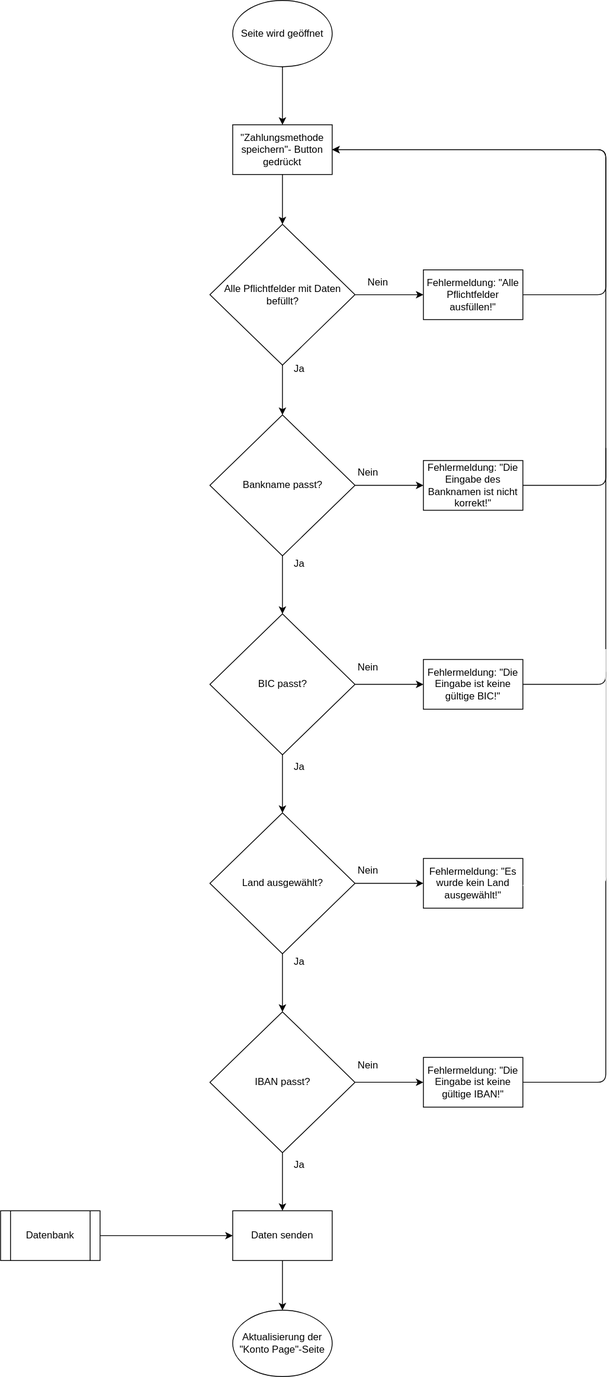
Before: drawio/flussdiagramm_KontoPage_Zahlungsmethode_speichern.drawio.svg, a diagram exported from draw.io (Projektarbeiten/ProjectPlatypus). Source tidied: cells renumbered, new cells last; positions are measured from the earlier drawing's top-left corner, leaving out a move shared by most shapes.
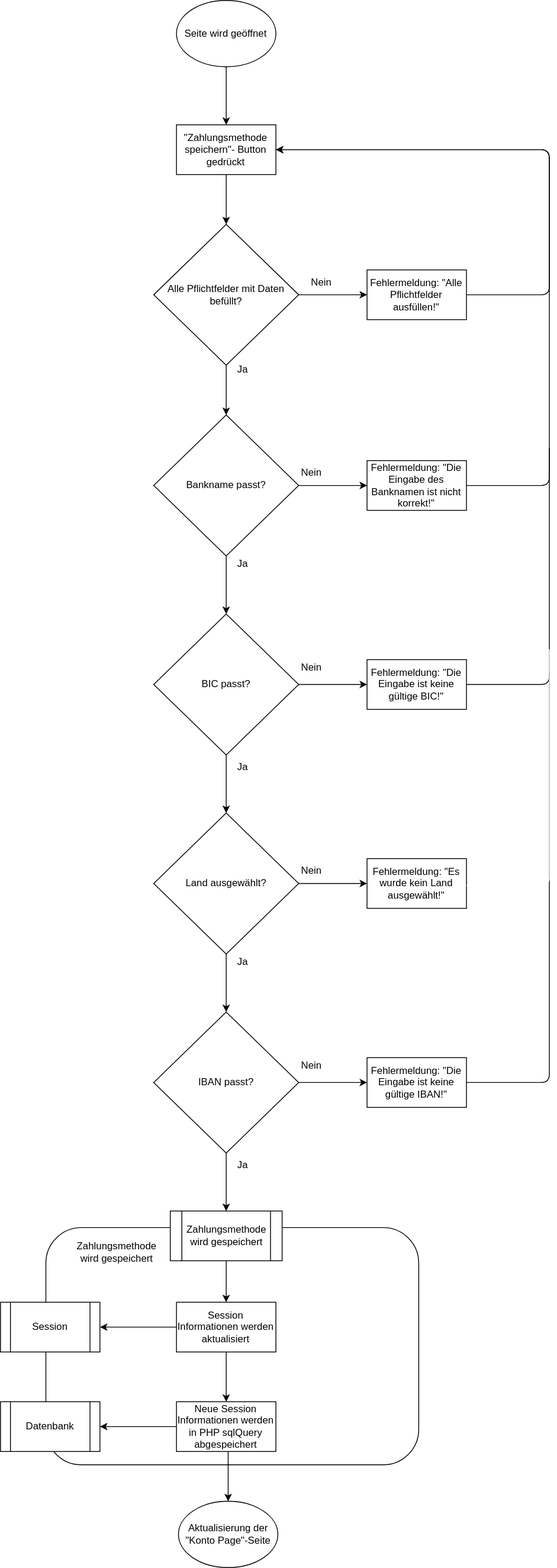
The same diagram one commit later.

Commit message:
Flussdiagramm überarbeitet

The edit, as a diff of the source:
```diff
@@ -43,8 +43,10 @@
     <mxCell id="13" style="edgeStyle=none;html=1;exitX=1;exitY=0.5;exitDx=0;exitDy=0;" parent="1" edge="1" source="15" target="18">
       <mxGeometry relative="1" as="geometry" />
     </mxCell>
-    <mxCell id="14" style="edgeStyle=none;html=1;entryX=0.5;entryY=0;entryDx=0;entryDy=0;exitX=0.5;exitY=1;exitDx=0;exitDy=0;" parent="1" edge="1" source="32" target="27">
-      <mxGeometry relative="1" as="geometry" />
+    <mxCell id="14" style="edgeStyle=none;html=1;entryX=0.5;entryY=0;entryDx=0;entryDy=0;exitX=0.5;exitY=1;exitDx=0;exitDy=0;" parent="1" edge="1" source="32">
+      <mxGeometry relative="1" as="geometry">
+        <mxPoint x="340" y="1460" as="targetPoint" />
+      </mxGeometry>
     </mxCell>
     <mxCell id="15" value="BIC passt?" style="rhombus;whiteSpace=wrap;html=1;" parent="1" vertex="1">
       <mxGeometry x="252.5" y="740" width="175" height="170" as="geometry" />
@@ -89,21 +91,6 @@
         </Array>
       </mxGeometry>
     </mxCell>
-    <mxCell id="26" style="edgeStyle=none;html=1;exitX=0.5;exitY=1;exitDx=0;exitDy=0;" parent="1" edge="1" source="27" target="30">
-      <mxGeometry relative="1" as="geometry" />
-    </mxCell>
-    <mxCell id="27" value="Daten senden" style="rounded=0;whiteSpace=wrap;html=1;" parent="1" vertex="1">
-      <mxGeometry x="280" y="1460" width="120" height="60" as="geometry" />
-    </mxCell>
-    <mxCell id="28" style="edgeStyle=none;html=1;exitX=1;exitY=0.5;exitDx=0;exitDy=0;entryX=0;entryY=0.5;entryDx=0;entryDy=0;" parent="1" edge="1" source="29" target="27">
-      <mxGeometry relative="1" as="geometry" />
-    </mxCell>
-    <mxCell id="29" value="Datenbank" style="shape=process;whiteSpace=wrap;html=1;backgroundOutline=1;" parent="1" vertex="1">
-      <mxGeometry y="1460" width="120" height="60" as="geometry" />
-    </mxCell>
-    <mxCell id="30" value="Aktualisierung der &quot;Konto Page&quot;-Seite" style="ellipse;whiteSpace=wrap;html=1;" parent="1" vertex="1">
-      <mxGeometry x="280" y="1580" width="120" height="80" as="geometry" />
-    </mxCell>
     <mxCell id="31" style="edgeStyle=none;html=1;exitX=1;exitY=0.5;exitDx=0;exitDy=0;" parent="1" edge="1" source="32" target="34">
       <mxGeometry relative="1" as="geometry" />
     </mxCell>
@@ -163,5 +150,46 @@
         </Array>
       </mxGeometry>
     </mxCell>
+    <mxCell id="46" style="rounded=1;whiteSpace=wrap;html=1;" parent="1" vertex="1">
+      <mxGeometry x="122.3" y="1480" width="450" height="286" as="geometry" />
+    </mxCell>
+    <mxCell id="47" value="&lt;span style=&quot;&quot;&gt;Zahlungsmethode&lt;br&gt;wird gespeichert&lt;/span&gt;" style="text;html=1;align=center;verticalAlign=middle;strokeColor=none;fillColor=none;" parent="1" vertex="1">
+      <mxGeometry x="147.6" y="1490" width="120" height="40" as="geometry" />
+    </mxCell>
+    <mxCell id="48" style="edgeStyle=none;html=1;" parent="1" edge="1" source="49" target="51">
+      <mxGeometry relative="1" as="geometry" />
+    </mxCell>
+    <mxCell id="49" value="Zahlungsmethode&lt;br style=&quot;&quot;&gt;&lt;span style=&quot;&quot;&gt;wird gespeichert&lt;/span&gt;" style="shape=process;whiteSpace=wrap;html=1;backgroundOutline=1;" parent="1" vertex="1">
+      <mxGeometry x="272.5" y="1460" width="135" height="60" as="geometry" />
+    </mxCell>
+    <mxCell id="50" style="edgeStyle=none;html=1;entryX=0.5;entryY=0;entryDx=0;entryDy=0;" parent="1" edge="1" source="51" target="52">
+      <mxGeometry relative="1" as="geometry" />
+    </mxCell>
+    <mxCell id="51" value="Session Informationen werden aktualisiert" style="rounded=0;whiteSpace=wrap;html=1;" parent="1" vertex="1">
+      <mxGeometry x="280" y="1570" width="120" height="60" as="geometry" />
+    </mxCell>
+    <mxCell id="52" value="Neue Session Informationen werden in PHP sqlQuery abgespeichert" style="rounded=0;whiteSpace=wrap;html=1;" parent="1" vertex="1">
+      <mxGeometry x="280" y="1690" width="120" height="60" as="geometry" />
+    </mxCell>
+    <mxCell id="29" value="Datenbank" style="shape=process;whiteSpace=wrap;html=1;backgroundOutline=1;" parent="1" vertex="1">
+      <mxGeometry x="67.6" y="1690" width="120" height="60" as="geometry" />
+    </mxCell>
+    <mxCell id="53" style="endArrow=classic;html=1;exitX=0;exitY=0.5;exitDx=0;exitDy=0;entryX=1;entryY=0.5;entryDx=0;entryDy=0;" parent="1" edge="1" source="52" target="29">
+      <mxGeometry relative="1" as="geometry" />
+    </mxCell>
+    <mxCell id="54" style="edgeStyle=none;html=1;entryX=1;entryY=0.5;entryDx=0;entryDy=0;exitX=0;exitY=0.5;exitDx=0;exitDy=0;" parent="1" edge="1" source="51" target="55">
+      <mxGeometry relative="1" as="geometry" />
+    </mxCell>
+    <mxCell id="55" value="Session" style="shape=process;whiteSpace=wrap;html=1;backgroundOutline=1;" parent="1" vertex="1">
+      <mxGeometry x="67.6" y="1570" width="120" height="60" as="geometry" />
+    </mxCell>
+    <mxCell id="56" style="edgeStyle=none;html=1;exitX=0.5;exitY=1;exitDx=0;exitDy=0;" parent="1" edge="1" target="30">
+      <mxGeometry relative="1" as="geometry">
+        <mxPoint x="342.4" y="1750" as="sourcePoint" />
+      </mxGeometry>
+    </mxCell>
+    <mxCell id="30" value="Aktualisierung der &quot;Konto Page&quot;-Seite" style="ellipse;whiteSpace=wrap;html=1;" parent="1" vertex="1">
+      <mxGeometry x="282.4" y="1810" width="120" height="80" as="geometry" />
+    </mxCell>
   </root>
 </mxGraphModel>
```
